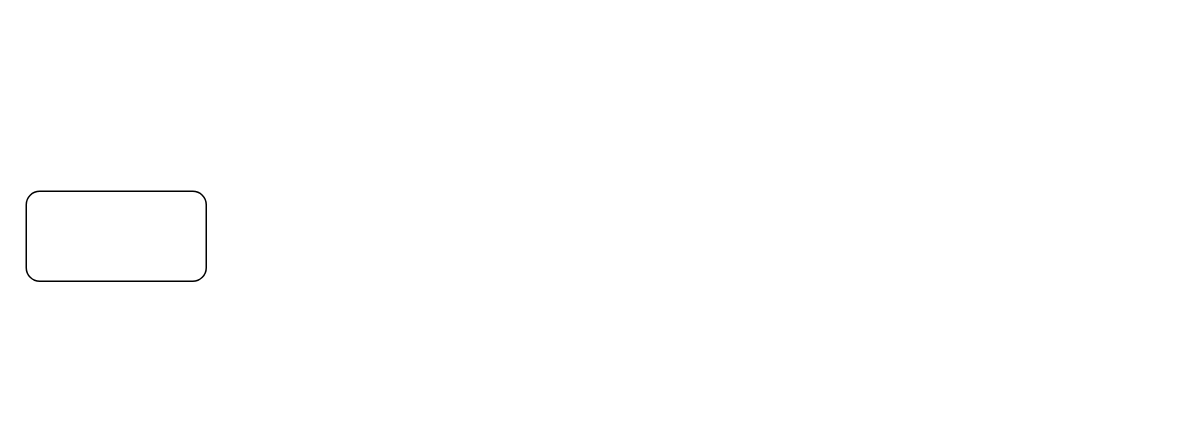
Before: Work Order Flow.drawio in vinceliao99/MyDiagrams, a draw.io diagram. Source tidied: cells renumbered, new cells numbered last; positions are measured from the earlier drawing's top-left corner, leaving out a move shared by most shapes. Both pictures are drawn from the tidied source at 150%, with x=0, y=0 at pixel (26, 190).
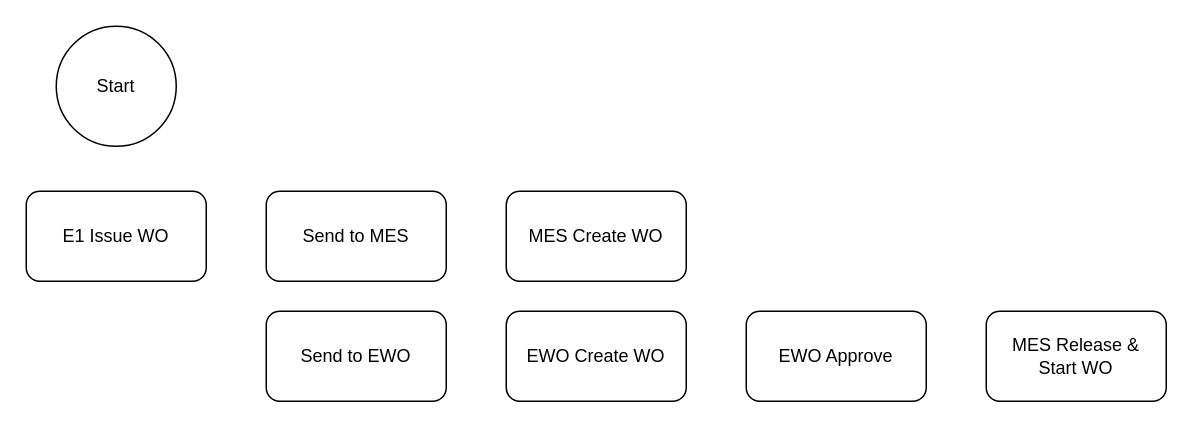
Above is the later version.

What changed in the source:
```diff
@@
 <mxGraphModel>
   <root>
     <mxCell id="0" />
     <mxCell id="1" parent="0" />
-    <mxCell id="2" style="rounded=1;whiteSpace=wrap;html=1;" parent="1" vertex="1">
+    <mxCell id="2" value="E1 Issue WO" style="rounded=1;whiteSpace=wrap;html=1;" parent="1" vertex="1">
       <mxGeometry width="120" height="60" as="geometry" />
     </mxCell>
+    <mxCell id="3" value="Send to MES" style="rounded=1;whiteSpace=wrap;html=1;" parent="1" vertex="1">
+      <mxGeometry x="160" width="120" height="60" as="geometry" />
+    </mxCell>
+    <mxCell id="4" value="Send to EWO" style="rounded=1;whiteSpace=wrap;html=1;" parent="1" vertex="1">
+      <mxGeometry x="160" y="80" width="120" height="60" as="geometry" />
+    </mxCell>
+    <mxCell id="5" value="MES Create WO" style="rounded=1;whiteSpace=wrap;html=1;" parent="1" vertex="1">
+      <mxGeometry x="320" width="120" height="60" as="geometry" />
+    </mxCell>
+    <mxCell id="6" value="EWO Create WO" style="rounded=1;whiteSpace=wrap;html=1;" parent="1" vertex="1">
+      <mxGeometry x="320" y="80" width="120" height="60" as="geometry" />
+    </mxCell>
+    <mxCell id="7" value="EWO Approve" style="rounded=1;whiteSpace=wrap;html=1;" parent="1" vertex="1">
+      <mxGeometry x="480" y="80" width="120" height="60" as="geometry" />
+    </mxCell>
+    <mxCell id="8" value="MES Release &amp;amp; &lt;br&gt;Start WO" style="rounded=1;whiteSpace=wrap;html=1;" parent="1" vertex="1">
+      <mxGeometry x="640" y="80" width="120" height="60" as="geometry" />
+    </mxCell>
+    <mxCell id="9" value="Start" style="ellipse;whiteSpace=wrap;html=1;" parent="1" vertex="1">
+      <mxGeometry x="20" y="-110" width="80" height="80" as="geometry" />
+    </mxCell>
   </root>
 </mxGraphModel>
```
